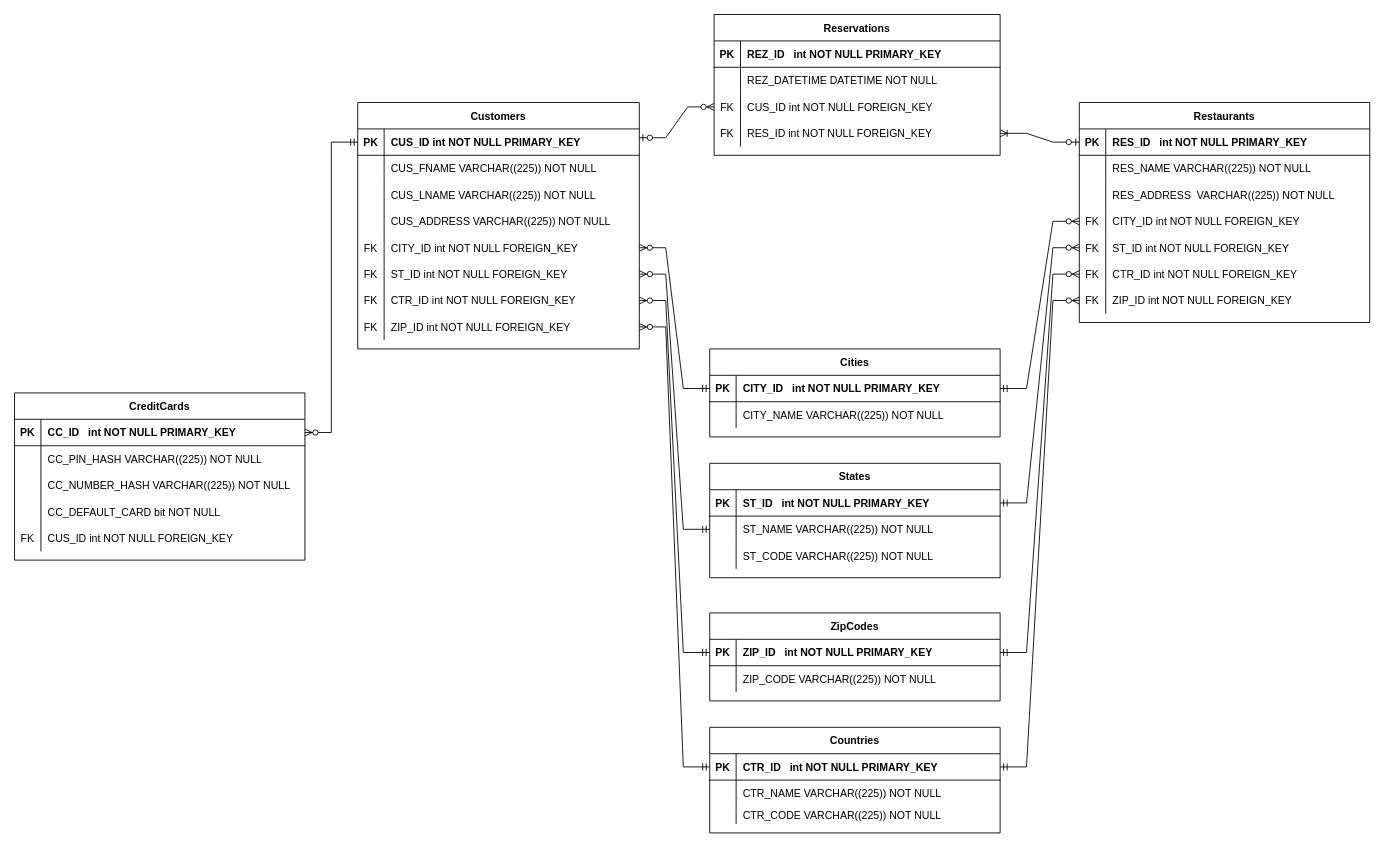
Above: page "Step 2 Draft" (2 of 2) of Data Connector.drawio in coreykerchner/CS-340_Data-Connector (draw.io), before the change. Source tidied: cells renumbered, new cells numbered last; positions are measured from the earlier drawing's top-left corner, leaving out a move shared by most shapes. Both pictures are drawn from the tidied source at 88%, with x=0, y=0 at pixel (14, 14).
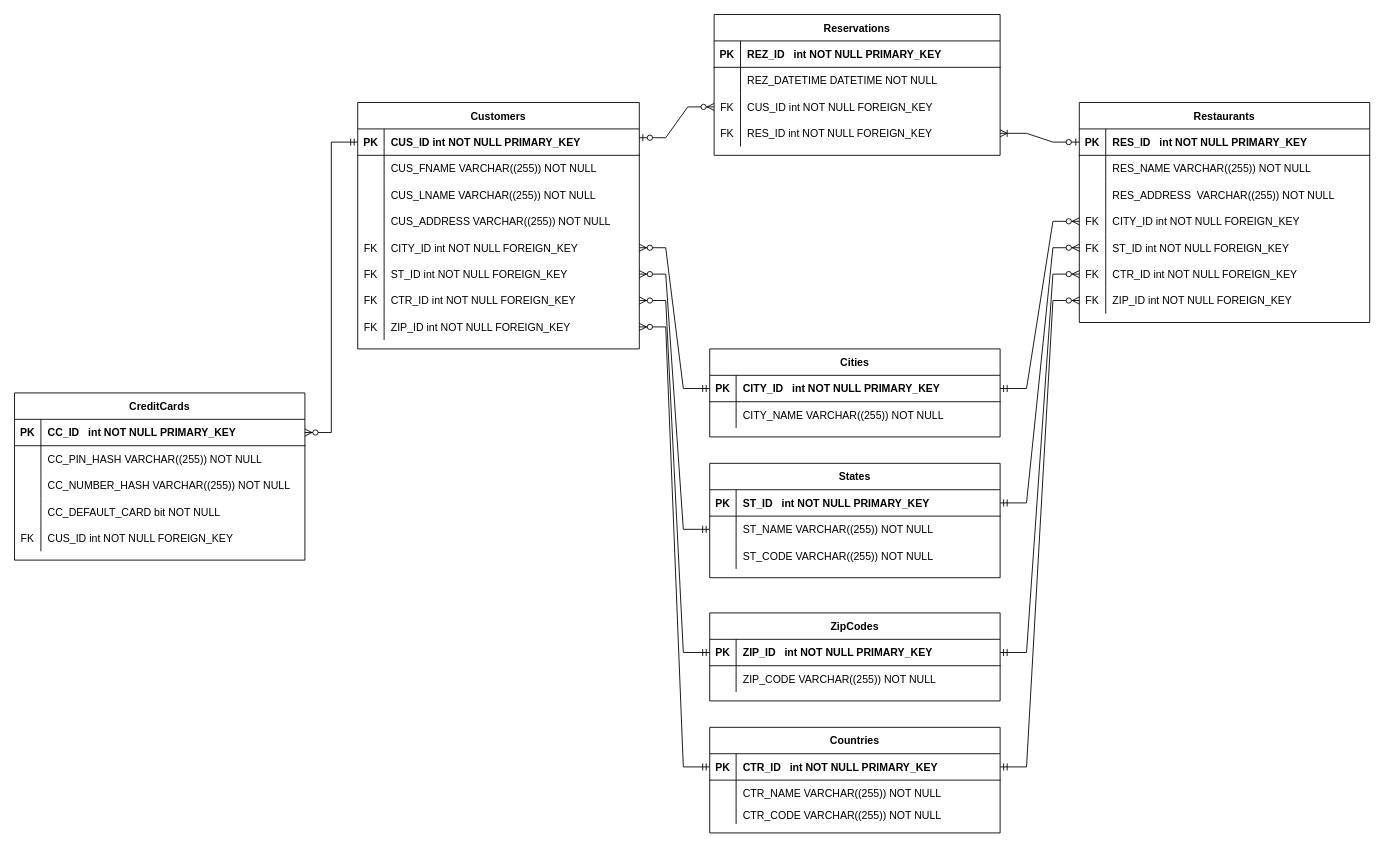
Above is the later version.

The change refers to these unchanged cells:
```xml
<mxCell id="6" style="shape=tableRow;horizontal=0;startSize=0;swimlaneHead=0;swimlaneBody=0;fillColor=none;top=0;left=0;right=0;bottom=0;" parent="2" vertex="1">
  <mxGeometry y="60" width="320" height="30" as="geometry" />
</mxCell>
<mxCell id="9" style="shape=tableRow;horizontal=0;startSize=0;swimlaneHead=0;swimlaneBody=0;fillColor=none;top=0;left=0;right=0;bottom=0;" parent="2" vertex="1">
  <mxGeometry y="90" width="320" height="30" as="geometry" />
</mxCell>
<mxCell id="12" style="shape=tableRow;horizontal=0;startSize=0;swimlaneHead=0;swimlaneBody=0;fillColor=none;top=0;left=0;right=0;bottom=0;" parent="2" vertex="1">
  <mxGeometry y="120" width="320" height="30" as="geometry" />
</mxCell>
<mxCell id="31" style="shape=tableRow;horizontal=0;startSize=0;swimlaneHead=0;swimlaneBody=0;fillColor=none;top=0;left=0;right=0;bottom=0;" parent="27" vertex="1">
  <mxGeometry y="60" width="330" height="30" as="geometry" />
</mxCell>
<mxCell id="34" style="shape=tableRow;horizontal=0;startSize=0;swimlaneHead=0;swimlaneBody=0;fillColor=none;top=0;left=0;right=0;bottom=0;" parent="27" vertex="1">
  <mxGeometry y="90" width="330" height="30" as="geometry" />
</mxCell>
<mxCell id="66" style="shape=tableRow;horizontal=0;startSize=0;swimlaneHead=0;swimlaneBody=0;fillColor=none;top=0;left=0;right=0;bottom=0;" parent="62" vertex="1">
  <mxGeometry y="60" width="330" height="30" as="geometry" />
</mxCell>
<mxCell id="69" style="shape=tableRow;horizontal=0;startSize=0;swimlaneHead=0;swimlaneBody=0;fillColor=none;top=0;left=0;right=0;bottom=0;" parent="62" vertex="1">
  <mxGeometry y="90" width="330" height="30" as="geometry" />
</mxCell>
<mxCell id="82" style="shape=tableRow;horizontal=0;startSize=0;swimlaneHead=0;swimlaneBody=0;fillColor=none;top=0;left=0;right=0;bottom=0;" parent="78" vertex="1">
  <mxGeometry y="60" width="330" height="30" as="geometry" />
</mxCell>
<mxCell id="89" style="shape=tableRow;horizontal=0;startSize=0;swimlaneHead=0;swimlaneBody=0;fillColor=none;points=[[0,0.5],[1,0.5]];portConstraint=eastwest;top=0;left=0;right=0;bottom=0;" parent="85" vertex="1">
  <mxGeometry y="60" width="330" height="30" as="geometry" />
</mxCell>
<mxCell id="92" style="shape=tableRow;horizontal=0;startSize=0;swimlaneHead=0;swimlaneBody=0;fillColor=none;top=0;left=0;right=0;bottom=0;" parent="85" vertex="1">
  <mxGeometry y="90" width="330" height="30" as="geometry" />
</mxCell>
<mxCell id="99" style="shape=tableRow;horizontal=0;startSize=0;swimlaneHead=0;swimlaneBody=0;fillColor=none;top=0;left=0;right=0;bottom=0;" parent="95" vertex="1">
  <mxGeometry y="60" width="330" height="30" as="geometry" />
</mxCell>
<mxCell id="106" style="shape=tableRow;horizontal=0;startSize=0;swimlaneHead=0;swimlaneBody=0;fillColor=none;top=0;left=0;right=0;bottom=0;" parent="102" vertex="1">
  <mxGeometry y="60" width="330" height="30" as="geometry" />
</mxCell>
<mxCell id="109" style="shape=tableRow;horizontal=0;startSize=0;swimlaneHead=0;swimlaneBody=0;fillColor=none;top=0;left=0;right=0;bottom=0;" parent="102" vertex="1">
  <mxGeometry y="90" width="330" height="20" as="geometry" />
</mxCell>
```

What changed in the source:
```diff
@@
-    <mxCell id="8" value="CUS_FNAME  VARCHAR((225)) NOT NULL" style="shape=partialRectangle;fillColor=none;top=0;left=0;bottom=0;right=0;align=left;spacingLeft=6;overflow=hidden;" parent="6" vertex="1">
+    <mxCell id="8" value="CUS_FNAME  VARCHAR((255)) NOT NULL" style="shape=partialRectangle;fillColor=none;top=0;left=0;bottom=0;right=0;align=left;spacingLeft=6;overflow=hidden;" parent="6" vertex="1">
       <mxGeometry x="30" width="290" height="30" as="geometry" />
     </mxCell>
@@
-    <mxCell id="11" value="CUS_LNAME  VARCHAR((225))  NOT NULL" style="shape=partialRectangle;fillColor=none;top=0;left=0;bottom=0;right=0;align=left;spacingLeft=6;overflow=hidden;" parent="9" vertex="1">
+    <mxCell id="11" value="CUS_LNAME  VARCHAR((255))  NOT NULL" style="shape=partialRectangle;fillColor=none;top=0;left=0;bottom=0;right=0;align=left;spacingLeft=6;overflow=hidden;" parent="9" vertex="1">
       <mxGeometry x="30" width="290" height="30" as="geometry" />
     </mxCell>
@@
-    <mxCell id="14" value="CUS_ADDRESS VARCHAR((225)) NOT NULL" style="shape=partialRectangle;fillColor=none;top=0;left=0;bottom=0;right=0;align=left;spacingLeft=6;overflow=hidden;" parent="12" vertex="1">
+    <mxCell id="14" value="CUS_ADDRESS VARCHAR((255)) NOT NULL" style="shape=partialRectangle;fillColor=none;top=0;left=0;bottom=0;right=0;align=left;spacingLeft=6;overflow=hidden;" parent="12" vertex="1">
       <mxGeometry x="30" width="290" height="30" as="geometry" />
     </mxCell>
@@
-    <mxCell id="33" value="RES_NAME  VARCHAR((225)) NOT NULL" style="shape=partialRectangle;fillColor=none;top=0;left=0;bottom=0;right=0;align=left;spacingLeft=6;overflow=hidden;" parent="31" vertex="1">
+    <mxCell id="33" value="RES_NAME  VARCHAR((255)) NOT NULL" style="shape=partialRectangle;fillColor=none;top=0;left=0;bottom=0;right=0;align=left;spacingLeft=6;overflow=hidden;" parent="31" vertex="1">
       <mxGeometry x="30" width="300" height="30" as="geometry" />
     </mxCell>
@@
-    <mxCell id="36" value="RES_ADDRESS  VARCHAR((225))  NOT NULL" style="shape=partialRectangle;fillColor=none;top=0;left=0;bottom=0;right=0;align=left;spacingLeft=6;overflow=hidden;" parent="34" vertex="1">
+    <mxCell id="36" value="RES_ADDRESS  VARCHAR((255))  NOT NULL" style="shape=partialRectangle;fillColor=none;top=0;left=0;bottom=0;right=0;align=left;spacingLeft=6;overflow=hidden;" parent="34" vertex="1">
       <mxGeometry x="30" width="300" height="30" as="geometry" />
     </mxCell>
@@
-    <mxCell id="68" value="CC_PIN_HASH  VARCHAR((225)) NOT NULL " style="shape=partialRectangle;fillColor=none;top=0;left=0;bottom=0;right=0;align=left;spacingLeft=6;overflow=hidden;" parent="66" vertex="1">
+    <mxCell id="68" value="CC_PIN_HASH  VARCHAR((255)) NOT NULL " style="shape=partialRectangle;fillColor=none;top=0;left=0;bottom=0;right=0;align=left;spacingLeft=6;overflow=hidden;" parent="66" vertex="1">
       <mxGeometry x="30" width="300" height="30" as="geometry" />
     </mxCell>
@@
-    <mxCell id="71" value="CC_NUMBER_HASH  VARCHAR((225)) NOT NULL " style="shape=partialRectangle;fillColor=none;top=0;left=0;bottom=0;right=0;align=left;spacingLeft=6;overflow=hidden;" parent="69" vertex="1">
+    <mxCell id="71" value="CC_NUMBER_HASH  VARCHAR((255)) NOT NULL " style="shape=partialRectangle;fillColor=none;top=0;left=0;bottom=0;right=0;align=left;spacingLeft=6;overflow=hidden;" parent="69" vertex="1">
       <mxGeometry x="30" width="300" height="30" as="geometry" />
     </mxCell>
@@
-    <mxCell id="84" value="CITY_NAME VARCHAR((225)) NOT NULL" style="shape=partialRectangle;fillColor=none;top=0;left=0;bottom=0;right=0;align=left;spacingLeft=6;overflow=hidden;" parent="82" vertex="1">
+    <mxCell id="84" value="CITY_NAME VARCHAR((255)) NOT NULL" style="shape=partialRectangle;fillColor=none;top=0;left=0;bottom=0;right=0;align=left;spacingLeft=6;overflow=hidden;" parent="82" vertex="1">
       <mxGeometry x="30" width="300" height="30" as="geometry" />
     </mxCell>
@@
-    <mxCell id="91" value="ST_NAME VARCHAR((225)) NOT NULL" style="shape=partialRectangle;fillColor=none;top=0;left=0;bottom=0;right=0;align=left;spacingLeft=6;overflow=hidden;" parent="89" vertex="1">
+    <mxCell id="91" value="ST_NAME VARCHAR((255)) NOT NULL" style="shape=partialRectangle;fillColor=none;top=0;left=0;bottom=0;right=0;align=left;spacingLeft=6;overflow=hidden;" parent="89" vertex="1">
       <mxGeometry x="30" width="300" height="30" as="geometry" />
     </mxCell>
@@
-    <mxCell id="94" value="ST_CODE VARCHAR((225)) NOT NULL" style="shape=partialRectangle;fillColor=none;top=0;left=0;bottom=0;right=0;align=left;spacingLeft=6;overflow=hidden;" parent="92" vertex="1">
+    <mxCell id="94" value="ST_CODE VARCHAR((255)) NOT NULL" style="shape=partialRectangle;fillColor=none;top=0;left=0;bottom=0;right=0;align=left;spacingLeft=6;overflow=hidden;" parent="92" vertex="1">
       <mxGeometry x="30" width="300" height="30" as="geometry" />
     </mxCell>
@@
-    <mxCell id="101" value="ZIP_CODE VARCHAR((225)) NOT NULL" style="shape=partialRectangle;fillColor=none;top=0;left=0;bottom=0;right=0;align=left;spacingLeft=6;overflow=hidden;" parent="99" vertex="1">
+    <mxCell id="101" value="ZIP_CODE VARCHAR((255)) NOT NULL" style="shape=partialRectangle;fillColor=none;top=0;left=0;bottom=0;right=0;align=left;spacingLeft=6;overflow=hidden;" parent="99" vertex="1">
       <mxGeometry x="30" width="300" height="30" as="geometry" />
     </mxCell>
@@
-    <mxCell id="108" value="CTR_NAME VARCHAR((225)) NOT NULL" style="shape=partialRectangle;fillColor=none;top=0;left=0;bottom=0;right=0;align=left;spacingLeft=6;overflow=hidden;" parent="106" vertex="1">
+    <mxCell id="108" value="CTR_NAME VARCHAR((255)) NOT NULL" style="shape=partialRectangle;fillColor=none;top=0;left=0;bottom=0;right=0;align=left;spacingLeft=6;overflow=hidden;" parent="106" vertex="1">
       <mxGeometry x="30" width="300" height="30" as="geometry" />
     </mxCell>
@@
-    <mxCell id="111" value="CTR_CODE VARCHAR((225)) NOT NULL" style="shape=partialRectangle;fillColor=none;top=0;left=0;bottom=0;right=0;align=left;spacingLeft=6;overflow=hidden;" parent="109" vertex="1">
+    <mxCell id="111" value="CTR_CODE VARCHAR((255)) NOT NULL" style="shape=partialRectangle;fillColor=none;top=0;left=0;bottom=0;right=0;align=left;spacingLeft=6;overflow=hidden;" parent="109" vertex="1">
       <mxGeometry x="30" width="300" height="20" as="geometry" />
     </mxCell>
```
